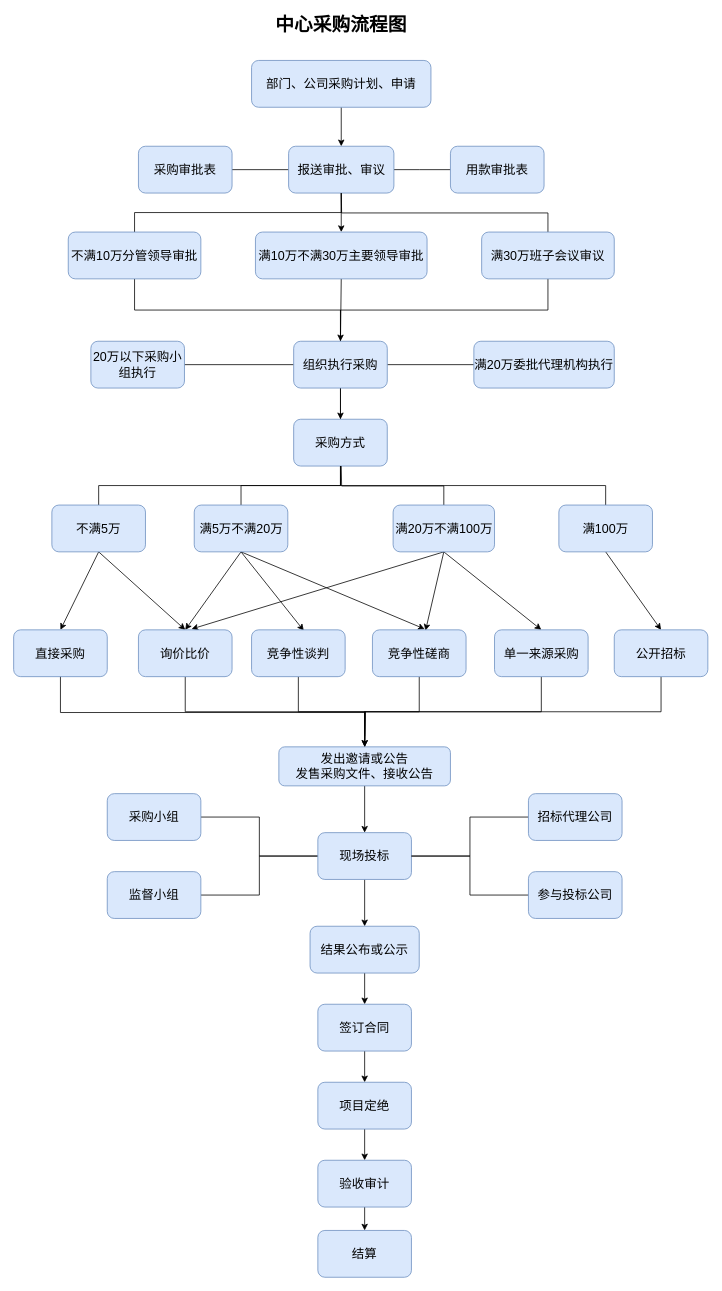
Before: 111.drawio in redcomet88/androiddemo, a draw.io diagram. Source tidied: cells renumbered, new cells numbered last; positions are measured from the earlier drawing's top-left corner, leaving out a move shared by most shapes. Both pictures are drawn from the tidied source at 78%, with x=0, y=0 at pixel (13, 13).
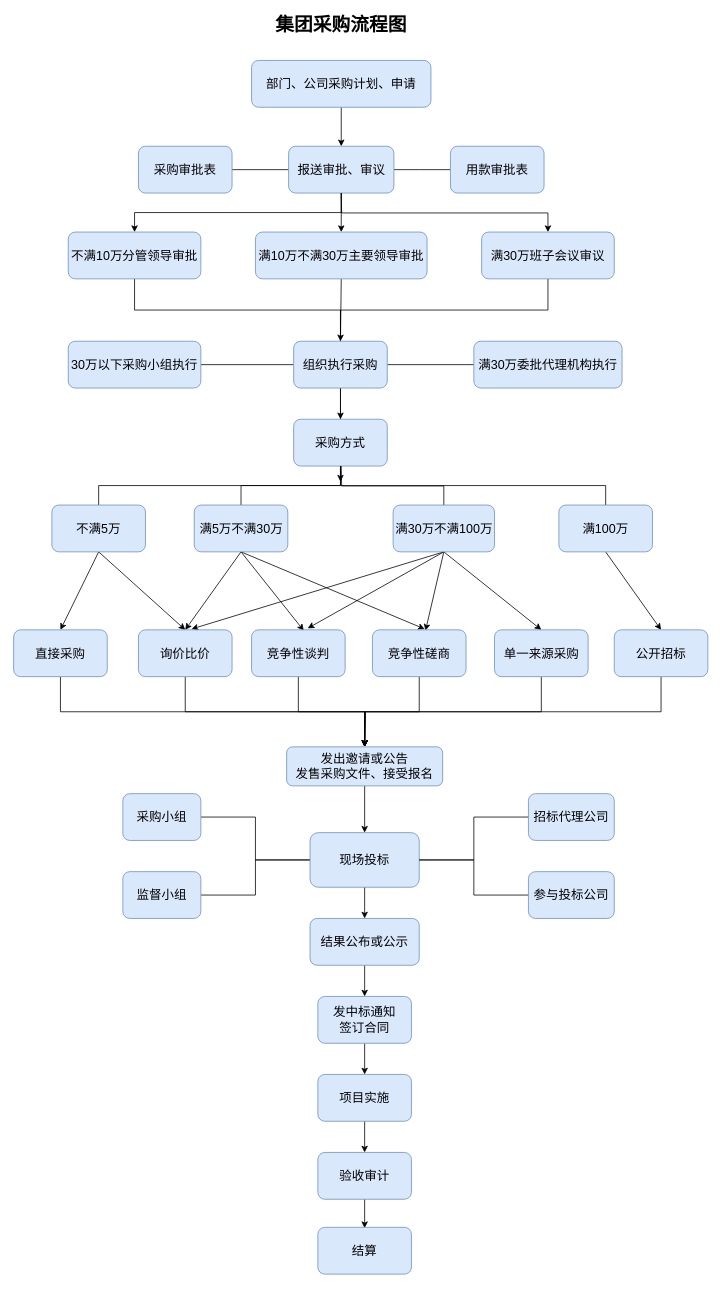
After the change.

Unchanged cells that the change refers to:
```xml
<mxCell id="7" value="&lt;font style=&quot;font-size: 16px&quot;&gt;报送审批、审议&lt;/font&gt;" style="rounded=1;whiteSpace=wrap;html=1;fillColor=#dae8fc;strokeColor=#6c8ebf;" parent="1" vertex="1">
  <mxGeometry x="352.5" y="170" width="135" height="60" as="geometry" />
</mxCell>
<mxCell id="15" value="不满10万分管领导审批" style="rounded=1;whiteSpace=wrap;html=1;fontSize=16;fillColor=#dae8fc;strokeColor=#6c8ebf;" parent="1" vertex="1">
  <mxGeometry x="70" y="280" width="170" height="60" as="geometry" />
</mxCell>
<mxCell id="18" value="满30万班子会议审议" style="rounded=1;whiteSpace=wrap;html=1;fontSize=16;fillColor=#dae8fc;strokeColor=#6c8ebf;" parent="1" vertex="1">
  <mxGeometry x="600" y="280" width="170" height="60" as="geometry" />
</mxCell>
<mxCell id="26" value="采购方式" style="rounded=1;whiteSpace=wrap;html=1;fontSize=16;fillColor=#dae8fc;strokeColor=#6c8ebf;" parent="1" vertex="1">
  <mxGeometry x="359" y="520" width="120" height="60" as="geometry" />
</mxCell>
<mxCell id="43" value="满100万" style="rounded=1;whiteSpace=wrap;html=1;fontSize=16;fillColor=#dae8fc;strokeColor=#6c8ebf;" parent="1" vertex="1">
  <mxGeometry x="699" y="630" width="120" height="60" as="geometry" />
</mxCell>
<mxCell id="46" value="直接采购" style="rounded=1;whiteSpace=wrap;html=1;fontSize=16;fillColor=#dae8fc;strokeColor=#6c8ebf;" parent="1" vertex="1">
  <mxGeometry y="790" width="120" height="60" as="geometry" />
</mxCell>
<mxCell id="48" value="询价比价" style="rounded=1;whiteSpace=wrap;html=1;fontSize=16;fillColor=#dae8fc;strokeColor=#6c8ebf;" parent="1" vertex="1">
  <mxGeometry x="160" y="790" width="120" height="60" as="geometry" />
</mxCell>
<mxCell id="50" value="竞争性谈判" style="rounded=1;whiteSpace=wrap;html=1;fontSize=16;fillColor=#dae8fc;strokeColor=#6c8ebf;" parent="1" vertex="1">
  <mxGeometry x="305" y="790" width="120" height="60" as="geometry" />
</mxCell>
<mxCell id="52" value="竞争性磋商" style="rounded=1;whiteSpace=wrap;html=1;fontSize=16;fillColor=#dae8fc;strokeColor=#6c8ebf;" parent="1" vertex="1">
  <mxGeometry x="460" y="790" width="120" height="60" as="geometry" />
</mxCell>
<mxCell id="54" value="单一来源采购" style="rounded=1;whiteSpace=wrap;html=1;fontSize=16;fillColor=#dae8fc;strokeColor=#6c8ebf;" parent="1" vertex="1">
  <mxGeometry x="616.5" y="790" width="120" height="60" as="geometry" />
</mxCell>
<mxCell id="56" value="公开招标" style="rounded=1;whiteSpace=wrap;html=1;fontSize=16;fillColor=#dae8fc;strokeColor=#6c8ebf;" parent="1" vertex="1">
  <mxGeometry x="770" y="790" width="120" height="60" as="geometry" />
</mxCell>
```

What changed in the source:
```diff
@@
-    <mxCell id="10" value="&lt;b&gt;&lt;font style=&quot;font-size: 24px&quot;&gt;中心采购流程图&lt;/font&gt;&lt;/b&gt;" style="text;html=1;strokeColor=none;fillColor=none;align=center;verticalAlign=middle;whiteSpace=wrap;rounded=0;" parent="1" vertex="1">
+    <mxCell id="10" value="&lt;b&gt;&lt;font style=&quot;font-size: 24px&quot;&gt;集团采购流程图&lt;/font&gt;&lt;/b&gt;" style="text;html=1;strokeColor=none;fillColor=none;align=center;verticalAlign=middle;whiteSpace=wrap;rounded=0;" parent="1" vertex="1">
       <mxGeometry x="295" width="250" height="30" as="geometry" />
     </mxCell>
@@
-    <mxCell id="13" style="edgeStyle=orthogonalEdgeStyle;rounded=0;jettySize=auto;html=1;exitX=0.5;exitY=0;exitDx=0;exitDy=0;fontSize=16;endArrow=none;endFill=0;entryX=0.5;entryY=1;entryDx=0;entryDy=0;" parent="1" edge="1" source="15" target="7">
+    <mxCell id="13" style="edgeStyle=orthogonalEdgeStyle;rounded=0;jettySize=auto;html=1;exitX=0.5;exitY=0;exitDx=0;exitDy=0;fontSize=16;endArrow=none;endFill=0;entryX=0.5;entryY=1;entryDx=0;entryDy=0;startArrow=classic;startFill=1;" parent="1" edge="1" source="15" target="7">
       <mxGeometry relative="1" as="geometry" />
     </mxCell>
@@
-    <mxCell id="16" style="edgeStyle=orthogonalEdgeStyle;rounded=0;jettySize=auto;html=1;exitX=0.5;exitY=0;exitDx=0;exitDy=0;fontSize=16;endArrow=none;endFill=0;" parent="1" edge="1" source="18">
+    <mxCell id="16" style="edgeStyle=orthogonalEdgeStyle;rounded=0;jettySize=auto;html=1;exitX=0.5;exitY=0;exitDx=0;exitDy=0;fontSize=16;endArrow=none;endFill=0;startArrow=classic;startFill=1;" parent="1" edge="1" source="18">
       <mxGeometry relative="1" as="geometry">
         <mxPoint x="420" y="230" as="targetPoint" />
       </mxGeometry>
     </mxCell>
@@
-    <mxCell id="24" value="20万以下采购小组执行" style="rounded=1;whiteSpace=wrap;html=1;fontSize=16;fillColor=#dae8fc;strokeColor=#6c8ebf;" parent="1" vertex="1">
-      <mxGeometry x="99" y="420" width="120" height="60" as="geometry" />
+    <mxCell id="24" value="30万以下采购小组执行" style="rounded=1;whiteSpace=wrap;html=1;fontSize=16;fillColor=#dae8fc;strokeColor=#6c8ebf;" parent="1" vertex="1">
+      <mxGeometry x="70" y="420" width="170" height="60" as="geometry" />
     </mxCell>
-    <mxCell id="25" value="满20万委批代理机构执行" style="rounded=1;whiteSpace=wrap;html=1;fontSize=16;fillColor=#dae8fc;strokeColor=#6c8ebf;" parent="1" vertex="1">
-      <mxGeometry x="590" y="420" width="180" height="60" as="geometry" />
+    <mxCell id="25" value="满30万委批代理机构执行" style="rounded=1;whiteSpace=wrap;html=1;fontSize=16;fillColor=#dae8fc;strokeColor=#6c8ebf;" parent="1" vertex="1">
+      <mxGeometry x="590" y="420" width="190" height="60" as="geometry" />
     </mxCell>
+    <mxCell id="78" style="edgeStyle=orthogonalEdgeStyle;rounded=0;jettySize=auto;html=1;exitX=0.5;exitY=1;exitDx=0;exitDy=0;fontSize=16;endArrow=classic;endFill=1;strokeWidth=1;" parent="1" edge="1" source="26">
+      <mxGeometry relative="1" as="geometry">
+        <mxPoint x="419" y="600" as="targetPoint" />
+      </mxGeometry>
+    </mxCell>
@@
-    <mxCell id="35" value="满5万不满20万" style="rounded=1;whiteSpace=wrap;html=1;fontSize=16;fillColor=#dae8fc;strokeColor=#6c8ebf;" parent="1" vertex="1">
+    <mxCell id="35" value="满5万不满30万" style="rounded=1;whiteSpace=wrap;html=1;fontSize=16;fillColor=#dae8fc;strokeColor=#6c8ebf;" parent="1" vertex="1">
       <mxGeometry x="231.5" y="630" width="120" height="60" as="geometry" />
     </mxCell>
@@
+    <mxCell id="79" style="rounded=0;jettySize=auto;html=1;exitX=0.5;exitY=1;exitDx=0;exitDy=0;entryX=0.6;entryY=-0.033;entryDx=0;entryDy=0;entryPerimeter=0;fontSize=16;startArrow=none;startFill=0;endArrow=classic;endFill=1;strokeWidth=1;" parent="1" edge="1" source="40" target="50">
+      <mxGeometry relative="1" as="geometry" />
+    </mxCell>
-    <mxCell id="40" value="满20万不满100万" style="rounded=1;whiteSpace=wrap;html=1;fontSize=16;fillColor=#dae8fc;strokeColor=#6c8ebf;" parent="1" vertex="1">
+    <mxCell id="40" value="满30万不满100万" style="rounded=1;whiteSpace=wrap;html=1;fontSize=16;fillColor=#dae8fc;strokeColor=#6c8ebf;" parent="1" vertex="1">
       <mxGeometry x="486.5" y="630" width="130" height="60" as="geometry" />
     </mxCell>
-    <mxCell id="41" style="edgeStyle=orthogonalEdgeStyle;rounded=0;jettySize=auto;html=1;exitX=0.5;exitY=0;exitDx=0;exitDy=0;fontSize=16;endArrow=none;endFill=0;entryX=0.5;entryY=1;entryDx=0;entryDy=0;" parent="1" edge="1" source="43" target="26">
-      <mxGeometry relative="1" as="geometry" />
+    <mxCell id="41" style="edgeStyle=orthogonalEdgeStyle;rounded=0;jettySize=auto;html=1;exitX=0.5;exitY=0;exitDx=0;exitDy=0;fontSize=16;endArrow=none;endFill=0;" parent="1" edge="1" source="43">
+      <mxGeometry relative="1" as="geometry">
+        <mxPoint x="419" y="605" as="targetPoint" />
+        <Array as="points">
+          <mxPoint x="759" y="605" />
+          <mxPoint x="419" y="605" />
+        </Array>
+      </mxGeometry>
     </mxCell>
@@
-    <mxCell id="45" style="edgeStyle=orthogonalEdgeStyle;rounded=0;orthogonalLoop=1;jettySize=auto;html=1;exitX=0.5;exitY=1;exitDx=0;exitDy=0;fontSize=16;endArrow=none;endFill=0;" parent="1" edge="1">
-      <mxGeometry relative="1" as="geometry">
-        <mxPoint x="60" y="846" as="sourcePoint" />
-        <mxPoint x="450" y="926" as="targetPoint" />
-        <Array as="points">
-          <mxPoint x="60" y="896" />
-          <mxPoint x="450" y="896" />
-        </Array>
-      </mxGeometry>
-    </mxCell>
+    <mxCell id="80" style="edgeStyle=orthogonalEdgeStyle;rounded=0;jettySize=auto;html=1;exitX=0.5;exitY=1;exitDx=0;exitDy=0;entryX=0.5;entryY=0;entryDx=0;entryDy=0;fontSize=16;endArrow=classic;endFill=1;strokeWidth=1;" parent="1" edge="1" source="46" target="58">
+      <mxGeometry relative="1" as="geometry" />
+    </mxCell>
@@
-    <mxCell id="47" style="rounded=0;jettySize=auto;html=1;exitX=0.5;exitY=1;exitDx=0;exitDy=0;fontSize=16;endArrow=classic;endFill=1;edgeStyle=orthogonalEdgeStyle;" parent="1" edge="1" source="48">
-      <mxGeometry relative="1" as="geometry">
-        <mxPoint x="450" y="940" as="targetPoint" />
-      </mxGeometry>
-    </mxCell>
+    <mxCell id="81" style="edgeStyle=orthogonalEdgeStyle;rounded=0;jettySize=auto;html=1;exitX=0.5;exitY=1;exitDx=0;exitDy=0;fontSize=16;endArrow=classic;endFill=1;strokeWidth=1;" parent="1" edge="1" source="48">
+      <mxGeometry relative="1" as="geometry">
+        <mxPoint x="450" y="940" as="targetPoint" />
+      </mxGeometry>
+    </mxCell>
@@
-    <mxCell id="49" style="edgeStyle=orthogonalEdgeStyle;rounded=0;jettySize=auto;html=1;exitX=0.5;exitY=1;exitDx=0;exitDy=0;fontSize=16;endArrow=classic;endFill=1;" parent="1" edge="1" source="50">
-      <mxGeometry relative="1" as="geometry">
-        <mxPoint x="450" y="940" as="targetPoint" />
-      </mxGeometry>
-    </mxCell>
+    <mxCell id="82" style="edgeStyle=orthogonalEdgeStyle;rounded=0;jettySize=auto;html=1;exitX=0.5;exitY=1;exitDx=0;exitDy=0;fontSize=16;endArrow=classic;endFill=1;strokeWidth=1;" parent="1" edge="1" source="50">
+      <mxGeometry relative="1" as="geometry">
+        <mxPoint x="450" y="940" as="targetPoint" />
+      </mxGeometry>
+    </mxCell>
@@
-    <mxCell id="51" style="edgeStyle=orthogonalEdgeStyle;rounded=0;jettySize=auto;html=1;exitX=0.5;exitY=1;exitDx=0;exitDy=0;fontSize=16;endArrow=none;endFill=0;" parent="1" edge="1" source="52">
-      <mxGeometry relative="1" as="geometry">
-        <mxPoint x="450" y="940" as="targetPoint" />
-      </mxGeometry>
-    </mxCell>
+    <mxCell id="83" style="edgeStyle=orthogonalEdgeStyle;rounded=0;jettySize=auto;html=1;exitX=0.5;exitY=1;exitDx=0;exitDy=0;fontSize=16;endArrow=classic;endFill=1;strokeWidth=1;" parent="1" edge="1" source="52">
+      <mxGeometry relative="1" as="geometry">
+        <mxPoint x="450" y="940" as="targetPoint" />
+      </mxGeometry>
+    </mxCell>
@@
-    <mxCell id="53" style="edgeStyle=orthogonalEdgeStyle;rounded=0;jettySize=auto;html=1;exitX=0.5;exitY=1;exitDx=0;exitDy=0;fontSize=16;endArrow=none;endFill=0;entryX=0.5;entryY=0;entryDx=0;entryDy=0;" parent="1" edge="1" source="54" target="58">
-      <mxGeometry relative="1" as="geometry" />
-    </mxCell>
+    <mxCell id="84" style="edgeStyle=orthogonalEdgeStyle;rounded=0;jettySize=auto;html=1;exitX=0.5;exitY=1;exitDx=0;exitDy=0;fontSize=16;endArrow=classic;endFill=1;strokeWidth=1;" parent="1" edge="1" source="54">
+      <mxGeometry relative="1" as="geometry">
+        <mxPoint x="450" y="940" as="targetPoint" />
+      </mxGeometry>
+    </mxCell>
@@
-    <mxCell id="55" style="edgeStyle=orthogonalEdgeStyle;rounded=0;jettySize=auto;html=1;exitX=0.5;exitY=1;exitDx=0;exitDy=0;fontSize=16;endArrow=none;endFill=0;strokeWidth=1;" parent="1" edge="1" source="56">
-      <mxGeometry relative="1" as="geometry">
-        <mxPoint x="450" y="940" as="targetPoint" />
-      </mxGeometry>
-    </mxCell>
+    <mxCell id="85" style="edgeStyle=orthogonalEdgeStyle;rounded=0;jettySize=auto;html=1;exitX=0.5;exitY=1;exitDx=0;exitDy=0;fontSize=16;endArrow=classic;endFill=1;strokeWidth=1;" parent="1" edge="1" source="56">
+      <mxGeometry relative="1" as="geometry">
+        <mxPoint x="450" y="940" as="targetPoint" />
+      </mxGeometry>
+    </mxCell>
@@
-    <mxCell id="58" value="发出邀请或公告&lt;br&gt;发售采购文件、接收公告" style="rounded=1;whiteSpace=wrap;html=1;fontSize=16;fillColor=#dae8fc;strokeColor=#6c8ebf;" parent="1" vertex="1">
-      <mxGeometry x="340" y="940" width="220" height="50" as="geometry" />
+    <mxCell id="58" value="发出邀请或公告&lt;br&gt;发售采购文件、接受报名" style="rounded=1;whiteSpace=wrap;html=1;fontSize=16;fillColor=#dae8fc;strokeColor=#6c8ebf;" parent="1" vertex="1">
+      <mxGeometry x="350" y="940" width="200" height="50" as="geometry" />
     </mxCell>
@@
     <mxCell id="60" value="采购小组" style="rounded=1;whiteSpace=wrap;html=1;fontSize=16;fillColor=#dae8fc;strokeColor=#6c8ebf;" parent="1" vertex="1">
-      <mxGeometry x="120" y="1000" width="120" height="60" as="geometry" />
+      <mxGeometry x="140" y="1000" width="100" height="60" as="geometry" />
     </mxCell>
@@
     <mxCell id="62" value="监督小组" style="rounded=1;whiteSpace=wrap;html=1;fontSize=16;fillColor=#dae8fc;strokeColor=#6c8ebf;" parent="1" vertex="1">
-      <mxGeometry x="120" y="1100" width="120" height="60" as="geometry" />
+      <mxGeometry x="140" y="1100" width="100" height="60" as="geometry" />
     </mxCell>
@@
     <mxCell id="64" value="现场投标" style="rounded=1;whiteSpace=wrap;html=1;fontSize=16;fillColor=#dae8fc;strokeColor=#6c8ebf;" parent="1" vertex="1">
-      <mxGeometry x="390" y="1050" width="120" height="60" as="geometry" />
+      <mxGeometry x="380" y="1050" width="140" height="70" as="geometry" />
     </mxCell>
@@
     <mxCell id="66" value="招标代理公司" style="rounded=1;whiteSpace=wrap;html=1;fontSize=16;fillColor=#dae8fc;strokeColor=#6c8ebf;" parent="1" vertex="1">
-      <mxGeometry x="660" y="1000" width="120" height="60" as="geometry" />
+      <mxGeometry x="660" y="1000" width="110" height="60" as="geometry" />
     </mxCell>
@@
     <mxCell id="68" value="参与投标公司" style="rounded=1;whiteSpace=wrap;html=1;fontSize=16;fillColor=#dae8fc;strokeColor=#6c8ebf;" parent="1" vertex="1">
-      <mxGeometry x="660" y="1100" width="120" height="60" as="geometry" />
+      <mxGeometry x="660" y="1100" width="110" height="60" as="geometry" />
     </mxCell>
-    <mxCell id="69" style="edgeStyle=none;rounded=0;jettySize=auto;html=1;exitX=0.5;exitY=1;exitDx=0;exitDy=0;fontSize=16;endArrow=classic;endFill=1;" parent="1" edge="1" source="70">
-      <mxGeometry relative="1" as="geometry">
-        <mxPoint x="450" y="1270" as="targetPoint" />
-      </mxGeometry>
-    </mxCell>
+    <mxCell id="86" style="edgeStyle=none;rounded=0;jettySize=auto;html=1;exitX=0.5;exitY=1;exitDx=0;exitDy=0;entryX=0.5;entryY=0;entryDx=0;entryDy=0;fontSize=16;startArrow=none;startFill=0;endArrow=classic;endFill=1;strokeWidth=1;" parent="1" edge="1" source="70" target="72">
+      <mxGeometry relative="1" as="geometry" />
+    </mxCell>
     <mxCell id="70" value="结果公布或公示" style="rounded=1;whiteSpace=wrap;html=1;fontSize=16;fillColor=#dae8fc;strokeColor=#6c8ebf;" parent="1" vertex="1">
-      <mxGeometry x="380" y="1170" width="140" height="60" as="geometry" />
+      <mxGeometry x="380" y="1160" width="140" height="60" as="geometry" />
     </mxCell>
     <mxCell id="71" style="edgeStyle=none;rounded=0;jettySize=auto;html=1;exitX=0.5;exitY=1;exitDx=0;exitDy=0;fontSize=16;endArrow=classic;endFill=1;" parent="1" edge="1" source="72">
       <mxGeometry relative="1" as="geometry">
-        <mxPoint x="450" y="1370" as="targetPoint" />
+        <mxPoint x="450" y="1360" as="targetPoint" />
       </mxGeometry>
     </mxCell>
-    <mxCell id="72" value="签订合同" style="rounded=1;whiteSpace=wrap;html=1;fontSize=16;fillColor=#dae8fc;strokeColor=#6c8ebf;" parent="1" vertex="1">
-      <mxGeometry x="390" y="1270" width="120" height="60" as="geometry" />
+    <mxCell id="72" value="发中标通知&lt;br&gt;签订合同" style="rounded=1;whiteSpace=wrap;html=1;fontSize=16;fillColor=#dae8fc;strokeColor=#6c8ebf;" parent="1" vertex="1">
+      <mxGeometry x="390" y="1260" width="120" height="60" as="geometry" />
     </mxCell>
     <mxCell id="73" style="edgeStyle=none;rounded=0;jettySize=auto;html=1;exitX=0.5;exitY=1;exitDx=0;exitDy=0;fontSize=16;endArrow=classic;endFill=1;" parent="1" edge="1" source="74">
       <mxGeometry relative="1" as="geometry">
-        <mxPoint x="450" y="1470" as="targetPoint" />
+        <mxPoint x="450" y="1460" as="targetPoint" />
       </mxGeometry>
     </mxCell>
-    <mxCell id="74" value="项目定绝" style="rounded=1;whiteSpace=wrap;html=1;fontSize=16;fillColor=#dae8fc;strokeColor=#6c8ebf;" parent="1" vertex="1">
-      <mxGeometry x="390" y="1370" width="120" height="60" as="geometry" />
+    <mxCell id="74" value="项目实施" style="rounded=1;whiteSpace=wrap;html=1;fontSize=16;fillColor=#dae8fc;strokeColor=#6c8ebf;" parent="1" vertex="1">
+      <mxGeometry x="390" y="1360" width="120" height="60" as="geometry" />
     </mxCell>
     <mxCell id="75" style="edgeStyle=none;rounded=0;jettySize=auto;html=1;exitX=0.5;exitY=1;exitDx=0;exitDy=0;fontSize=16;endArrow=classic;endFill=1;" parent="1" edge="1" source="76">
       <mxGeometry relative="1" as="geometry">
-        <mxPoint x="450" y="1560" as="targetPoint" />
+        <mxPoint x="450" y="1557" as="targetPoint" />
       </mxGeometry>
     </mxCell>
     <mxCell id="76" value="验收审计" style="rounded=1;whiteSpace=wrap;html=1;fontSize=16;fillColor=#dae8fc;strokeColor=#6c8ebf;" parent="1" vertex="1">
-      <mxGeometry x="390" y="1470" width="120" height="60" as="geometry" />
+      <mxGeometry x="390" y="1460" width="120" height="60" as="geometry" />
     </mxCell>
     <mxCell id="77" value="结算" style="rounded=1;whiteSpace=wrap;html=1;fontSize=16;fillColor=#dae8fc;strokeColor=#6c8ebf;" parent="1" vertex="1">
-      <mxGeometry x="390" y="1560" width="120" height="60" as="geometry" />
+      <mxGeometry x="390" y="1556" width="120" height="60" as="geometry" />
     </mxCell>
```
